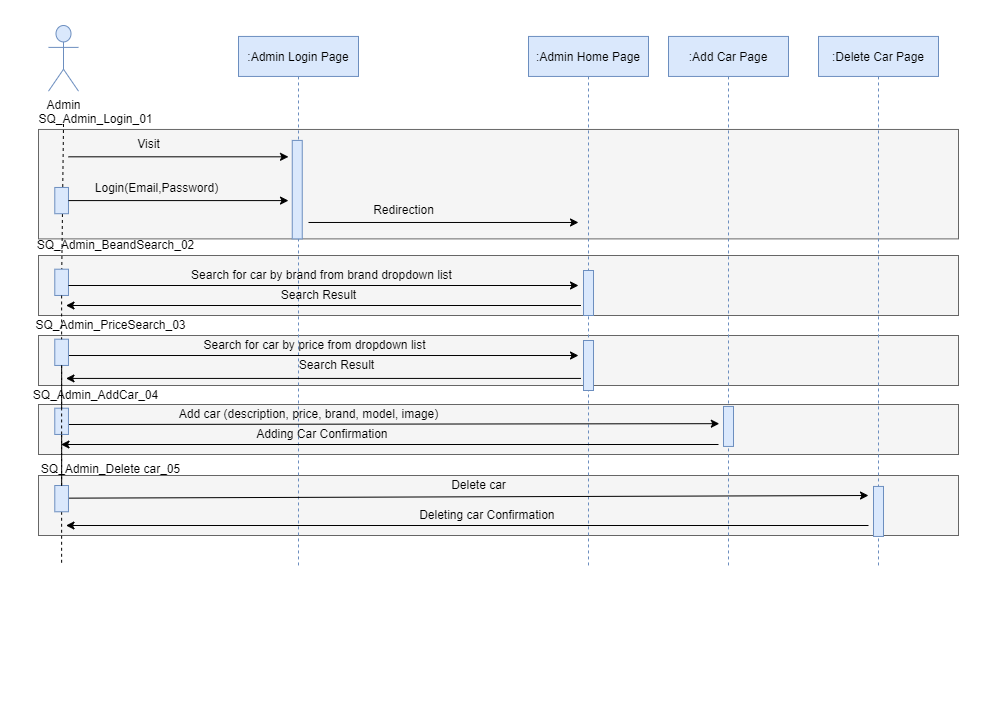
This is 3- Design/Low-Level-Design/Sequence Diagram/Admin Sequence diagram.png from beshoysamehsamaan/Car-Purchasing-App, a draw.io export, as it was before one commit. Source tidied: cells renumbered, new cells last; positions are measured from the earlier drawing's top-left corner, leaving out a move shared by most shapes. Source of this version:
```xml
<mxGraphModel>
  <root>
    <mxCell id="0" />
    <mxCell id="1" parent="0" />
    <mxCell id="2" style="group;" parent="1" vertex="1">
      <mxGeometry x="23" width="910" height="650" as="geometry" />
    </mxCell>
    <mxCell id="3" style="rounded=0;whiteSpace=wrap;html=1;fillColor=#f5f5f5;fontColor=#333333;strokeColor=#666666;" parent="2" vertex="1">
      <mxGeometry x="-10" y="379" width="920" height="50" as="geometry" />
    </mxCell>
    <mxCell id="4" style="rounded=0;whiteSpace=wrap;html=1;fillColor=#f5f5f5;fontColor=#333333;strokeColor=#666666;" parent="2" vertex="1">
      <mxGeometry x="-10" y="450" width="920" height="60" as="geometry" />
    </mxCell>
    <mxCell id="5" style="rounded=0;whiteSpace=wrap;html=1;fillColor=#f5f5f5;fontColor=#333333;strokeColor=#666666;" parent="2" vertex="1">
      <mxGeometry x="-10" y="310" width="920" height="50" as="geometry" />
    </mxCell>
    <mxCell id="6" style="rounded=0;whiteSpace=wrap;html=1;fillColor=#f5f5f5;fontColor=#333333;strokeColor=#666666;" parent="2" vertex="1">
      <mxGeometry x="-10" y="230" width="920" height="60" as="geometry" />
    </mxCell>
    <mxCell id="7" style="rounded=0;whiteSpace=wrap;html=1;fillColor=#f5f5f5;fontColor=#333333;strokeColor=#666666;" parent="2" vertex="1">
      <mxGeometry x="-10" y="104" width="920" height="109.4" as="geometry" />
    </mxCell>
    <mxCell id="8" style="endArrow=none;dashed=1;html=1;rounded=0;" parent="2" edge="1" target="19">
      <mxGeometry relative="1" as="geometry">
        <mxPoint x="15" y="98.5" as="sourcePoint" />
      </mxGeometry>
    </mxCell>
    <mxCell id="9" value=":Admin Login Page" style="shape=umlLifeline;perimeter=lifelinePerimeter;rounded=0;shadow=0;strokeWidth=1;fillColor=#dae8fc;strokeColor=#6c8ebf;" parent="2" vertex="1">
      <mxGeometry x="190" y="10.9" width="120" height="529.1" as="geometry" />
    </mxCell>
    <mxCell id="10" value="Visit" style="text;html=1;align=center;verticalAlign=middle;strokeColor=none;fillColor=none;" parent="2" vertex="1">
      <mxGeometry x="80" y="109.4" width="40" height="20" as="geometry" />
    </mxCell>
    <mxCell id="11" style="endArrow=classic;html=1;rounded=0;" parent="2" edge="1">
      <mxGeometry relative="1" as="geometry">
        <mxPoint x="20" y="131.3" as="sourcePoint" />
        <mxPoint x="240" y="131.3" as="targetPoint" />
      </mxGeometry>
    </mxCell>
    <mxCell id="12" value="Login(Email,Password)" style="text;html=1;align=center;verticalAlign=middle;strokeColor=none;fillColor=none;" parent="2" vertex="1">
      <mxGeometry x="33.1" y="148.2" width="150" height="30" as="geometry" />
    </mxCell>
    <mxCell id="13" value=":Admin Home Page" style="shape=umlLifeline;perimeter=lifelinePerimeter;rounded=0;shadow=0;strokeWidth=1;fillColor=#dae8fc;strokeColor=#6c8ebf;" parent="2" vertex="1">
      <mxGeometry x="480" y="10.9" width="120" height="529.1" as="geometry" />
    </mxCell>
    <mxCell id="14" style="endArrow=classic;html=1;rounded=0;startArrow=none;" parent="2" edge="1">
      <mxGeometry relative="1" as="geometry">
        <mxPoint x="260" y="197" as="sourcePoint" />
        <mxPoint x="530" y="197" as="targetPoint" />
      </mxGeometry>
    </mxCell>
    <mxCell id="15" style="group;" parent="2" vertex="1">
      <mxGeometry width="30" height="272.9" as="geometry" />
    </mxCell>
    <mxCell id="16" value="Admin" style="shape=umlActor;verticalLabelPosition=bottom;verticalAlign=top;html=1;fillColor=#dae8fc;strokeColor=#6c8ebf;" parent="15" vertex="1">
      <mxGeometry width="30" height="65.7" as="geometry" />
    </mxCell>
    <mxCell id="17" style="rounded=0;whiteSpace=wrap;html=1;rotation=90;fillColor=#dae8fc;strokeColor=#6c8ebf;" parent="15" vertex="1">
      <mxGeometry y="168.3" width="26.2" height="13.7" as="geometry" />
    </mxCell>
    <mxCell id="18" style="endArrow=none;html=1;rounded=0;" parent="15" edge="1" target="17">
      <mxGeometry relative="1" as="geometry">
        <mxPoint x="20" y="175.1" as="sourcePoint" />
      </mxGeometry>
    </mxCell>
    <mxCell id="19" style="rounded=0;whiteSpace=wrap;html=1;rotation=90;fillColor=#dae8fc;strokeColor=#6c8ebf;" parent="15" vertex="1">
      <mxGeometry y="250" width="26.2" height="13.7" as="geometry" />
    </mxCell>
    <mxCell id="20" style="endArrow=classic;html=1;rounded=0;startArrow=none;" parent="2" edge="1">
      <mxGeometry relative="1" as="geometry">
        <mxPoint x="20" y="260" as="sourcePoint" />
        <mxPoint x="530" y="260" as="targetPoint" />
      </mxGeometry>
    </mxCell>
    <mxCell id="21" style="endArrow=classic;html=1;rounded=0;" parent="2" edge="1">
      <mxGeometry relative="1" as="geometry">
        <mxPoint x="20" y="175.1" as="sourcePoint" />
        <mxPoint x="240" y="175.1" as="targetPoint" />
      </mxGeometry>
    </mxCell>
    <mxCell id="22" value="Redirection" style="text;html=1;align=center;verticalAlign=middle;strokeColor=none;fillColor=none;" parent="2" vertex="1">
      <mxGeometry x="315" y="175.1" width="80" height="20" as="geometry" />
    </mxCell>
    <mxCell id="23" value="Search for car by brand from brand dropdown list" style="text;html=1;align=center;verticalAlign=middle;strokeColor=none;fillColor=none;" parent="2" vertex="1">
      <mxGeometry x="132.5" y="235" width="280" height="30" as="geometry" />
    </mxCell>
    <mxCell id="24" value="Search for car by price from dropdown list" style="text;html=1;align=center;verticalAlign=middle;strokeColor=none;fillColor=none;" parent="2" vertex="1">
      <mxGeometry x="141" y="305" width="250" height="30" as="geometry" />
    </mxCell>
    <mxCell id="25" style="endArrow=none;dashed=1;html=1;rounded=0;startArrow=none;" parent="2" edge="1" source="44" target="39">
      <mxGeometry relative="1" as="geometry" />
    </mxCell>
    <mxCell id="26" style="endArrow=classic;html=1;rounded=0;" parent="2" edge="1">
      <mxGeometry relative="1" as="geometry">
        <mxPoint x="20" y="330" as="sourcePoint" />
        <mxPoint x="530" y="330" as="targetPoint" />
      </mxGeometry>
    </mxCell>
    <mxCell id="27" style="endArrow=none;dashed=1;html=1;rounded=0;startArrow=none;" parent="2" edge="1" source="44">
      <mxGeometry relative="1" as="geometry">
        <mxPoint x="13.1" y="540" as="targetPoint" />
      </mxGeometry>
    </mxCell>
    <mxCell id="28" value="Search Result" style="text;html=1;align=center;verticalAlign=middle;strokeColor=none;fillColor=none;" parent="2" vertex="1">
      <mxGeometry x="220" y="255" width="100" height="30" as="geometry" />
    </mxCell>
    <mxCell id="29" style="endArrow=none;dashed=1;html=1;rounded=0;startArrow=none;" parent="2" edge="1" source="41" target="44">
      <mxGeometry relative="1" as="geometry" />
    </mxCell>
    <mxCell id="30" style="endArrow=classic;html=1;rounded=0;entryX=-0.42;entryY=0.431;entryDx=0;entryDy=0;entryPerimeter=0;" parent="2" edge="1" target="54">
      <mxGeometry relative="1" as="geometry">
        <mxPoint x="20" y="399" as="sourcePoint" />
      </mxGeometry>
    </mxCell>
    <mxCell id="31" style="endArrow=classic;html=1;rounded=0;" parent="2" edge="1">
      <mxGeometry relative="1" as="geometry">
        <mxPoint x="532.5" y="352.9" as="sourcePoint" />
        <mxPoint x="17.5" y="352.9" as="targetPoint" />
      </mxGeometry>
    </mxCell>
    <mxCell id="32" value="Adding Car Confirmation&amp;nbsp;" style="text;html=1;align=center;verticalAlign=middle;strokeColor=none;fillColor=none;" parent="2" vertex="1">
      <mxGeometry x="200" y="399" width="150" height="20" as="geometry" />
    </mxCell>
    <mxCell id="33" value="Deleting car Confirmation&amp;nbsp;" style="text;html=1;align=center;verticalAlign=middle;strokeColor=none;fillColor=none;" parent="2" vertex="1">
      <mxGeometry x="360" y="475" width="160" height="30" as="geometry" />
    </mxCell>
    <mxCell id="34" style="endArrow=classic;html=1;rounded=0;" parent="2" edge="1">
      <mxGeometry relative="1" as="geometry">
        <mxPoint x="17.5" y="472.7" as="sourcePoint" />
        <mxPoint x="820" y="470" as="targetPoint" />
      </mxGeometry>
    </mxCell>
    <mxCell id="35" value="Add car (description, price, brand, model, image)" style="text;html=1;align=center;verticalAlign=middle;strokeColor=none;fillColor=none;" parent="2" vertex="1">
      <mxGeometry x="120" y="374" width="280" height="30" as="geometry" />
    </mxCell>
    <mxCell id="36" style="perimeter=orthogonalPerimeter;rounded=0;shadow=0;strokeWidth=1;fillColor=#dae8fc;strokeColor=#6c8ebf;" parent="2" vertex="1">
      <mxGeometry x="243.8" y="114.9" width="10" height="98.5" as="geometry" />
    </mxCell>
    <mxCell id="37" style="endArrow=classic;html=1;rounded=0;" parent="2" edge="1">
      <mxGeometry relative="1" as="geometry">
        <mxPoint x="670" y="419" as="sourcePoint" />
        <mxPoint x="12.5" y="419" as="targetPoint" />
      </mxGeometry>
    </mxCell>
    <mxCell id="38" value="Search Result" style="text;html=1;align=center;verticalAlign=middle;strokeColor=none;fillColor=none;" parent="2" vertex="1">
      <mxGeometry x="237.5" y="325" width="100" height="30" as="geometry" />
    </mxCell>
    <mxCell id="39" style="rounded=0;whiteSpace=wrap;html=1;rotation=90;fillColor=#dae8fc;strokeColor=#6c8ebf;" parent="2" vertex="1">
      <mxGeometry y="320" width="26.2" height="13.7" as="geometry" />
    </mxCell>
    <mxCell id="40" style="endArrow=none;dashed=1;html=1;rounded=0;startArrow=none;" parent="2" edge="1" source="19" target="39">
      <mxGeometry relative="1" as="geometry" />
    </mxCell>
    <mxCell id="41" style="rounded=0;whiteSpace=wrap;html=1;rotation=90;fillColor=#dae8fc;strokeColor=#6c8ebf;" parent="2" vertex="1">
      <mxGeometry y="389" width="26.2" height="13.7" as="geometry" />
    </mxCell>
    <mxCell id="42" style="endArrow=none;dashed=1;html=1;rounded=0;startArrow=none;" parent="2" edge="1" source="39" target="41">
      <mxGeometry relative="1" as="geometry" />
    </mxCell>
    <mxCell id="43" value="SQ_Admin_Login_01" style="text;html=1;align=center;verticalAlign=middle;strokeColor=none;fillColor=none;" parent="2" vertex="1">
      <mxGeometry x="-18.1" y="84" width="130" height="20" as="geometry" />
    </mxCell>
    <mxCell id="44" style="rounded=0;whiteSpace=wrap;html=1;rotation=90;fillColor=#dae8fc;strokeColor=#6c8ebf;" parent="2" vertex="1">
      <mxGeometry y="466.3" width="26.2" height="13.7" as="geometry" />
    </mxCell>
    <mxCell id="45" style="endArrow=none;dashed=1;html=1;rounded=0;startArrow=none;" parent="2" edge="1" source="39" target="44">
      <mxGeometry relative="1" as="geometry" />
    </mxCell>
    <mxCell id="46" style="endArrow=classic;html=1;rounded=0;" parent="2" edge="1">
      <mxGeometry relative="1" as="geometry">
        <mxPoint x="820" y="500" as="sourcePoint" />
        <mxPoint x="17.5" y="500" as="targetPoint" />
      </mxGeometry>
    </mxCell>
    <mxCell id="47" value="SQ_Admin_AddCar_04" style="text;html=1;align=center;verticalAlign=middle;strokeColor=none;fillColor=none;" parent="2" vertex="1">
      <mxGeometry x="-23.1" y="360" width="140" height="20" as="geometry" />
    </mxCell>
    <mxCell id="48" value="SQ_Admin_Delete car_05" style="text;html=1;align=center;verticalAlign=middle;strokeColor=none;fillColor=none;" parent="2" vertex="1">
      <mxGeometry x="-18.1" y="429" width="160" height="30" as="geometry" />
    </mxCell>
    <mxCell id="49" style="endArrow=classic;html=1;rounded=0;" parent="2" edge="1">
      <mxGeometry relative="1" as="geometry">
        <mxPoint x="532.5" y="280" as="sourcePoint" />
        <mxPoint x="17.5" y="280" as="targetPoint" />
      </mxGeometry>
    </mxCell>
    <mxCell id="50" style="perimeter=orthogonalPerimeter;rounded=0;shadow=0;strokeWidth=1;fillColor=#dae8fc;strokeColor=#6c8ebf;" parent="2" vertex="1">
      <mxGeometry x="535" y="315" width="10" height="50" as="geometry" />
    </mxCell>
    <mxCell id="51" style="perimeter=orthogonalPerimeter;rounded=0;shadow=0;strokeWidth=1;fillColor=#dae8fc;strokeColor=#6c8ebf;" parent="2" vertex="1">
      <mxGeometry x="535" y="245" width="10" height="45" as="geometry" />
    </mxCell>
    <mxCell id="52" value="Delete car" style="text;html=1;align=center;verticalAlign=middle;strokeColor=none;fillColor=none;" parent="2" vertex="1">
      <mxGeometry x="390" y="445" width="80" height="30" as="geometry" />
    </mxCell>
    <mxCell id="53" value=":Add Car Page" style="shape=umlLifeline;perimeter=lifelinePerimeter;rounded=0;shadow=0;strokeWidth=1;fillColor=#dae8fc;strokeColor=#6c8ebf;" parent="1" vertex="1">
      <mxGeometry x="643" y="10.9" width="120" height="529.1" as="geometry" />
    </mxCell>
    <mxCell id="54" style="points=[];perimeter=orthogonalPerimeter;rounded=0;shadow=0;strokeWidth=1;fillColor=#dae8fc;strokeColor=#6c8ebf;" parent="53" vertex="1">
      <mxGeometry x="55" y="370" width="10" height="40" as="geometry" />
    </mxCell>
    <mxCell id="55" value=":Delete Car Page" style="shape=umlLifeline;perimeter=lifelinePerimeter;rounded=0;shadow=0;strokeWidth=1;fillColor=#dae8fc;strokeColor=#6c8ebf;" parent="1" vertex="1">
      <mxGeometry x="793" y="10.9" width="120" height="529.1" as="geometry" />
    </mxCell>
    <mxCell id="56" style="perimeter=orthogonalPerimeter;rounded=0;shadow=0;strokeWidth=1;fillColor=#dae8fc;strokeColor=#6c8ebf;" parent="55" vertex="1">
      <mxGeometry x="55" y="450" width="10" height="50" as="geometry" />
    </mxCell>
    <mxCell id="57" value="SQ_Admin_BeandSearch_02" style="text;html=1;align=center;verticalAlign=middle;strokeColor=none;fillColor=none;" parent="1" vertex="1">
      <mxGeometry x="-0.1" y="205" width="180" height="30" as="geometry" />
    </mxCell>
    <mxCell id="58" value="SQ_Admin_PriceSearch_03" style="text;html=1;align=center;verticalAlign=middle;strokeColor=none;fillColor=none;" parent="1" vertex="1">
      <mxGeometry x="-0.1" y="285" width="170" height="30" as="geometry" />
    </mxCell>
  </root>
</mxGraphModel>
```
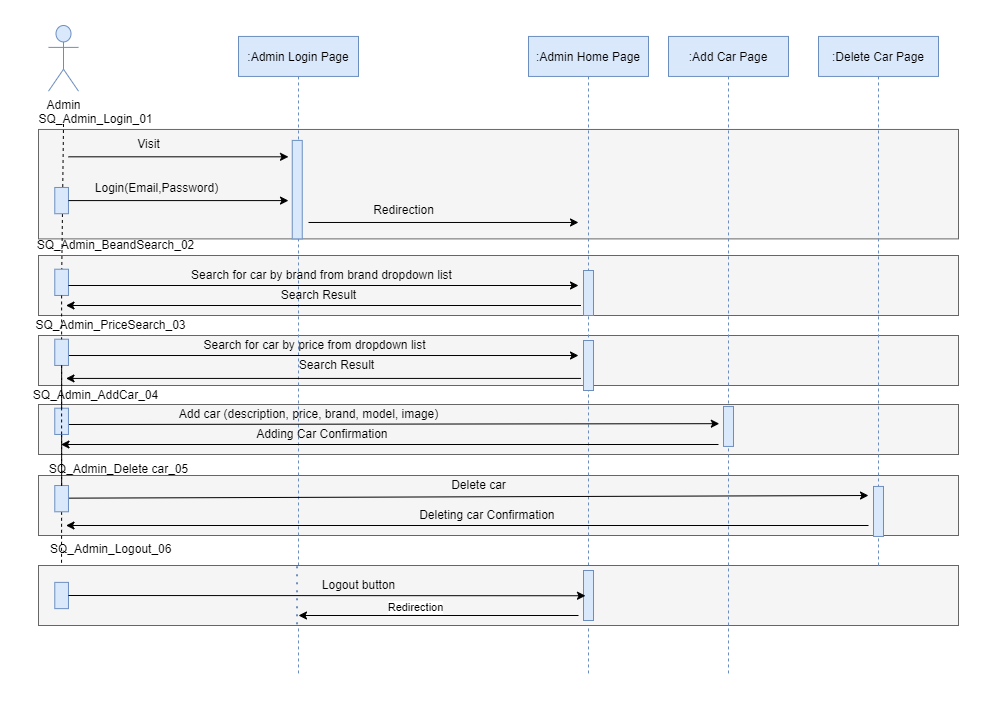
The same file after the commit.

Commit message:
Edit sequence diagram

What changed in the source:
```diff
@@ -26,7 +26,7 @@
       </mxGeometry>
     </mxCell>
     <mxCell id="9" value=":Admin Login Page" style="shape=umlLifeline;perimeter=lifelinePerimeter;rounded=0;shadow=0;strokeWidth=1;fillColor=#dae8fc;strokeColor=#6c8ebf;" parent="2" vertex="1">
-      <mxGeometry x="190" y="10.9" width="120" height="529.1" as="geometry" />
+      <mxGeometry x="190" y="10.9" width="120" height="639.1" as="geometry" />
     </mxCell>
     <mxCell id="10" value="Visit" style="text;html=1;align=center;verticalAlign=middle;strokeColor=none;fillColor=none;" parent="2" vertex="1">
       <mxGeometry x="80" y="109.4" width="40" height="20" as="geometry" />
@@ -41,7 +41,7 @@
       <mxGeometry x="33.1" y="148.2" width="150" height="30" as="geometry" />
     </mxCell>
     <mxCell id="13" value=":Admin Home Page" style="shape=umlLifeline;perimeter=lifelinePerimeter;rounded=0;shadow=0;strokeWidth=1;fillColor=#dae8fc;strokeColor=#6c8ebf;" parent="2" vertex="1">
-      <mxGeometry x="480" y="10.9" width="120" height="529.1" as="geometry" />
+      <mxGeometry x="480" y="10.9" width="120" height="639.1" as="geometry" />
     </mxCell>
     <mxCell id="14" style="endArrow=classic;html=1;rounded=0;startArrow=none;" parent="2" edge="1">
       <mxGeometry relative="1" as="geometry">
@@ -98,7 +98,7 @@
     </mxCell>
     <mxCell id="27" style="endArrow=none;dashed=1;html=1;rounded=0;startArrow=none;" parent="2" edge="1" source="44">
       <mxGeometry relative="1" as="geometry">
-        <mxPoint x="13.1" y="540" as="targetPoint" />
+        <mxPoint x="13" y="563" as="targetPoint" />
       </mxGeometry>
     </mxCell>
     <mxCell id="28" value="Search Result" style="text;html=1;align=center;verticalAlign=middle;strokeColor=none;fillColor=none;" parent="2" vertex="1">
@@ -176,7 +176,7 @@
       <mxGeometry x="-23.1" y="360" width="140" height="20" as="geometry" />
     </mxCell>
     <mxCell id="48" value="SQ_Admin_Delete car_05" style="text;html=1;align=center;verticalAlign=middle;strokeColor=none;fillColor=none;" parent="2" vertex="1">
-      <mxGeometry x="-18.1" y="429" width="160" height="30" as="geometry" />
+      <mxGeometry x="-10" y="429" width="160" height="30" as="geometry" />
     </mxCell>
     <mxCell id="49" style="endArrow=classic;html=1;rounded=0;" parent="2" edge="1">
       <mxGeometry relative="1" as="geometry">
@@ -193,8 +193,29 @@
     <mxCell id="52" value="Delete car" style="text;html=1;align=center;verticalAlign=middle;strokeColor=none;fillColor=none;" parent="2" vertex="1">
       <mxGeometry x="390" y="445" width="80" height="30" as="geometry" />
     </mxCell>
+    <mxCell id="59" style="rounded=0;whiteSpace=wrap;html=1;fillColor=#f5f5f5;fontColor=#333333;strokeColor=#666666;" parent="2" vertex="1">
+      <mxGeometry x="-10" y="540" width="920" height="60" as="geometry" />
+    </mxCell>
+    <mxCell id="60" value="SQ_Admin_Logout_06" style="text;whiteSpace=wrap;html=1;" parent="2" vertex="1">
+      <mxGeometry y="510" width="170" height="40" as="geometry" />
+    </mxCell>
+    <mxCell id="61" style="rounded=0;whiteSpace=wrap;html=1;rotation=90;fillColor=#dae8fc;strokeColor=#6c8ebf;" parent="2" vertex="1">
+      <mxGeometry y="563.2" width="26.2" height="13.7" as="geometry" />
+    </mxCell>
+    <mxCell id="62" style="points=[];perimeter=orthogonalPerimeter;rounded=0;shadow=0;strokeWidth=1;fillColor=#dae8fc;strokeColor=#6c8ebf;" parent="2" vertex="1">
+      <mxGeometry x="535" y="545" width="10" height="50" as="geometry" />
+    </mxCell>
+    <mxCell id="63" style="endArrow=classic;html=1;rounded=0;exitX=0.5;exitY=0;exitDx=0;exitDy=0;entryX=0.2;entryY=0.505;entryDx=0;entryDy=0;entryPerimeter=0;" parent="2" edge="1" source="61" target="62">
+      <mxGeometry relative="1" as="geometry" />
+    </mxCell>
+    <mxCell id="64" value="Logout button" style="text;html=1;align=center;verticalAlign=middle;strokeColor=none;fillColor=none;" parent="2" vertex="1">
+      <mxGeometry x="260" y="545" width="100" height="30" as="geometry" />
+    </mxCell>
+    <mxCell id="65" style="endArrow=none;dashed=1;html=1;dashPattern=1 3;strokeWidth=2;rounded=0;exitX=0.281;exitY=0.013;exitDx=0;exitDy=0;exitPerimeter=0;entryX=0.281;entryY=0.996;entryDx=0;entryDy=0;entryPerimeter=0;fillColor=#dae8fc;strokeColor=#6c8ebf;" parent="2" edge="1" source="59" target="59">
+      <mxGeometry relative="1" as="geometry" />
+    </mxCell>
     <mxCell id="53" value=":Add Car Page" style="shape=umlLifeline;perimeter=lifelinePerimeter;rounded=0;shadow=0;strokeWidth=1;fillColor=#dae8fc;strokeColor=#6c8ebf;" parent="1" vertex="1">
-      <mxGeometry x="643" y="10.9" width="120" height="529.1" as="geometry" />
+      <mxGeometry x="643" y="10.9" width="120" height="639.1" as="geometry" />
     </mxCell>
     <mxCell id="54" style="points=[];perimeter=orthogonalPerimeter;rounded=0;shadow=0;strokeWidth=1;fillColor=#dae8fc;strokeColor=#6c8ebf;" parent="53" vertex="1">
       <mxGeometry x="55" y="370" width="10" height="40" as="geometry" />
@@ -211,5 +232,14 @@
     <mxCell id="58" value="SQ_Admin_PriceSearch_03" style="text;html=1;align=center;verticalAlign=middle;strokeColor=none;fillColor=none;" parent="1" vertex="1">
       <mxGeometry x="-0.1" y="285" width="170" height="30" as="geometry" />
     </mxCell>
+    <mxCell id="66" style="endArrow=classic;html=1;rounded=0;" parent="1" edge="1">
+      <mxGeometry relative="1" as="geometry">
+        <mxPoint x="553" y="590" as="sourcePoint" />
+        <mxPoint x="273" y="590" as="targetPoint" />
+      </mxGeometry>
+    </mxCell>
+    <mxCell id="67" value="Redirection" style="edgeLabel;html=1;align=center;verticalAlign=middle;" parent="66" vertex="1">
+      <mxGeometry x="0.17" y="-9" relative="1" as="geometry" />
+    </mxCell>
   </root>
 </mxGraphModel>
```
